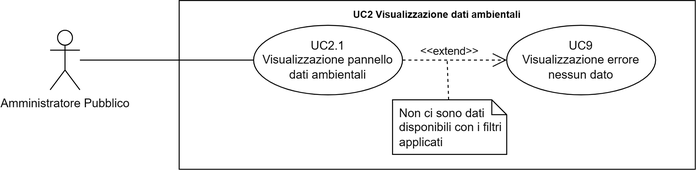
This is src/3_PB/AnalisiDeiRequisiti/assets/UML/UC2.1_Visualizzazione-pannello-dati-ambientali.png from SWATEngineering/Docs, a draw.io export, as it was before one commit. Source tidied: cells renumbered, new cells last; positions are measured from the earlier drawing's top-left corner, leaving out a move shared by most shapes.
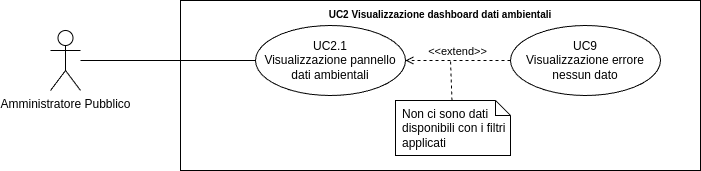
After the commit.

The edit, as a diff of the source:
```diff
@@ -5,7 +5,7 @@
     <mxCell id="2" value="Amministratore Pubblico" style="shape=umlActor;verticalLabelPosition=bottom;verticalAlign=top;html=1;outlineConnect=0;" parent="1" vertex="1">
       <mxGeometry y="30" width="30" height="60" as="geometry" />
     </mxCell>
-    <mxCell id="3" value="&lt;b style=&quot;border-color: var(--border-color); font-size: 10px;&quot;&gt;UC2 Visualizzazione dati ambientali&lt;/b&gt;" style="shape=rect;html=1;verticalAlign=top;fontStyle=1;whiteSpace=wrap;align=center;" parent="1" vertex="1">
+    <mxCell id="3" value="&lt;b style=&quot;border-color: var(--border-color); font-size: 10px;&quot;&gt;UC2 Visualizzazione dashboard dati ambientali&lt;/b&gt;" style="shape=rect;html=1;verticalAlign=top;fontStyle=1;whiteSpace=wrap;align=center;" parent="1" vertex="1">
       <mxGeometry x="130" width="520" height="170" as="geometry" />
     </mxCell>
     <mxCell id="4" value="UC2.1&lt;br&gt;Visualizzazione pannello dati ambientali" style="ellipse;whiteSpace=wrap;html=1;" parent="1" vertex="1">
@@ -20,13 +20,13 @@
     <mxCell id="7" value="Non ci sono dati disponibili con i filtri applicati" style="shape=note;size=15;spacingLeft=5;align=left;whiteSpace=wrap;" parent="1" vertex="1">
       <mxGeometry x="345" y="100" width="115" height="55" as="geometry" />
     </mxCell>
-    <mxCell id="8" value="&amp;lt;&amp;lt;extend&amp;gt;&amp;gt;" style="align=right;html=1;verticalAlign=bottom;rounded=0;labelBackgroundColor=none;endArrow=open;endSize=12;dashed=1;" parent="1" edge="1" source="4" target="6">
-      <mxGeometry x="0.48" relative="1" as="geometry" />
+    <mxCell id="8" style="edgeStyle=none;html=1;endArrow=none;rounded=0;labelBackgroundColor=none;dashed=1;" parent="1" edge="1" source="7">
+      <mxGeometry relative="1" as="geometry">
+        <mxPoint x="400" y="60" as="targetPoint" />
+      </mxGeometry>
     </mxCell>
-    <mxCell id="9" style="edgeStyle=none;html=1;endArrow=none;rounded=0;labelBackgroundColor=none;dashed=1;" parent="1" edge="1" source="7">
-      <mxGeometry relative="1" as="geometry">
-        <mxPoint x="400" y="60" as="targetPoint" />
-      </mxGeometry>
+    <mxCell id="9" value="&amp;lt;&amp;lt;extend&amp;gt;&amp;gt;" style="html=1;verticalAlign=bottom;labelBackgroundColor=none;endArrow=open;endFill=0;dashed=1;rounded=0;exitX=0;exitY=0.5;exitDx=0;exitDy=0;entryX=1;entryY=0.5;entryDx=0;entryDy=0;" parent="1" edge="1" source="6" target="4">
+      <mxGeometry relative="1" as="geometry" />
     </mxCell>
   </root>
 </mxGraphModel>
```
